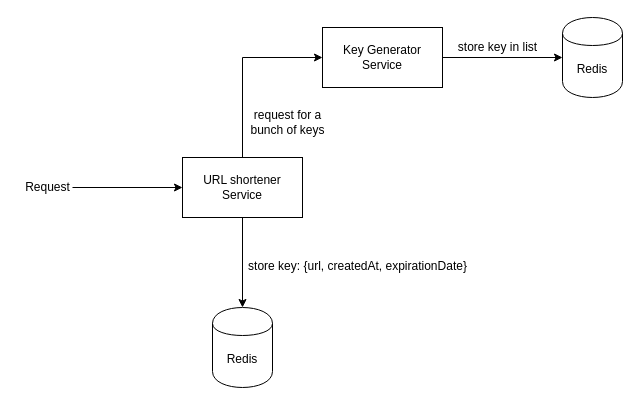
Earlier version of the draw.io diagram url-shortner-service.drawio (swaaminathanm/url-shortener-service). Source tidied: cells renumbered, new cells numbered last; positions are measured from the earlier drawing's top-left corner, leaving out a move shared by most shapes. Both pictures are drawn from the tidied source at 100%, with x=0, y=0 at pixel (17, 17).
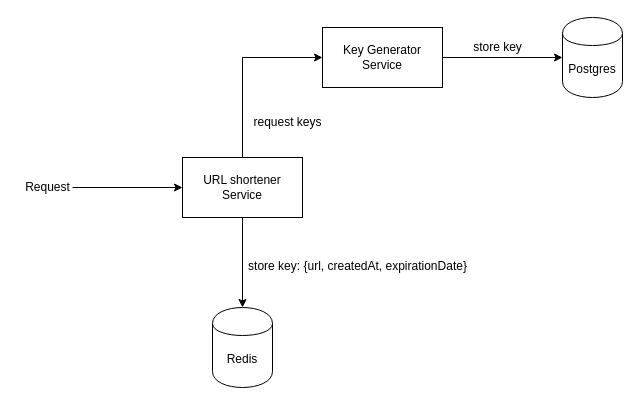
Above is the later version.

Commit message (it also covers changes not shown here):
Add postgres to kgs

What changed in the source:
```diff
@@
 <mxGraphModel>
   <root>
     <mxCell id="0" />
     <mxCell id="1" parent="0" />
     <mxCell id="2" style="edgeStyle=orthogonalEdgeStyle;rounded=0;jettySize=auto;html=1;" parent="1" edge="1" source="4" target="7">
       <mxGeometry relative="1" as="geometry" />
     </mxCell>
     <mxCell id="3" style="edgeStyle=orthogonalEdgeStyle;rounded=0;jettySize=auto;html=1;entryX=0;entryY=0.5;entryDx=0;entryDy=0;" parent="1" edge="1" source="4" target="10">
       <mxGeometry relative="1" as="geometry">
         <Array as="points">
           <mxPoint x="225" y="40" />
         </Array>
       </mxGeometry>
     </mxCell>
     <mxCell id="4" value="URL shortener Service" style="rounded=0;whiteSpace=wrap;html=1;" parent="1" vertex="1">
       <mxGeometry x="165" y="140" width="120" height="60" as="geometry" />
     </mxCell>
     <mxCell id="5" style="endArrow=classic;html=1;entryX=0;entryY=0.5;entryDx=0;entryDy=0;" parent="1" edge="1" target="4">
       <mxGeometry relative="1" as="geometry">
         <mxPoint x="55" y="170" as="sourcePoint" />
       </mxGeometry>
     </mxCell>
     <mxCell id="6" value="Request" style="text;html=1;align=center;verticalAlign=middle;" parent="1" vertex="1">
       <mxGeometry y="160" width="60" height="20" as="geometry" />
     </mxCell>
     <mxCell id="7" value="Redis" style="shape=cylinder;whiteSpace=wrap;html=1;boundedLbl=1;backgroundOutline=1;" parent="1" vertex="1">
       <mxGeometry x="195" y="290" width="60" height="80" as="geometry" />
     </mxCell>
     <mxCell id="8" value="store key: {url, createdAt, expirationDate}" style="text;html=1;align=center;verticalAlign=middle;" parent="1" vertex="1">
       <mxGeometry x="225" y="239" width="230" height="20" as="geometry" />
     </mxCell>
     <mxCell id="9" style="edgeStyle=orthogonalEdgeStyle;rounded=0;jettySize=auto;html=1;entryX=0;entryY=0.5;entryDx=0;entryDy=0;" parent="1" edge="1" source="10" target="12">
       <mxGeometry relative="1" as="geometry" />
     </mxCell>
     <mxCell id="10" value="Key Generator Service" style="rounded=0;whiteSpace=wrap;html=1;" parent="1" vertex="1">
       <mxGeometry x="305" y="10" width="120" height="60" as="geometry" />
     </mxCell>
-    <mxCell id="11" value="request for a &lt;br&gt;bunch of keys" style="text;html=1;align=center;verticalAlign=middle;" parent="1" vertex="1">
-      <mxGeometry x="225" y="90" width="90" height="30" as="geometry" />
+    <mxCell id="11" value="request keys" style="text;html=1;align=center;verticalAlign=middle;" parent="1" vertex="1">
+      <mxGeometry x="230" y="95" width="80" height="20" as="geometry" />
     </mxCell>
-    <mxCell id="12" value="Redis" style="shape=cylinder;whiteSpace=wrap;html=1;boundedLbl=1;backgroundOutline=1;" parent="1" vertex="1">
+    <mxCell id="12" value="Postgres" style="shape=cylinder;whiteSpace=wrap;html=1;boundedLbl=1;backgroundOutline=1;" parent="1" vertex="1">
       <mxGeometry x="545" width="60" height="80" as="geometry" />
     </mxCell>
-    <mxCell id="13" value="store key in list" style="text;html=1;align=center;verticalAlign=middle;" parent="1" vertex="1">
-      <mxGeometry x="435" y="20" width="90" height="20" as="geometry" />
+    <mxCell id="13" value="store key" style="text;html=1;align=center;verticalAlign=middle;" parent="1" vertex="1">
+      <mxGeometry x="450" y="20" width="60" height="20" as="geometry" />
     </mxCell>
   </root>
 </mxGraphModel>
```
